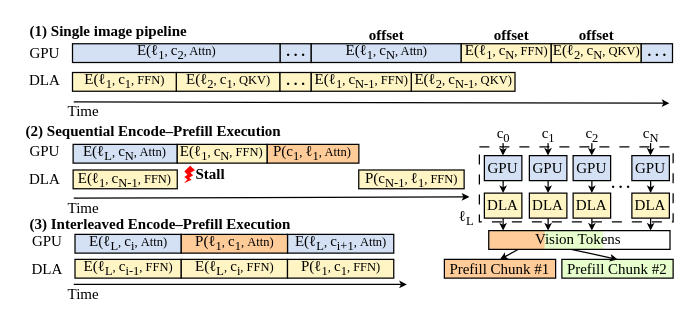
This is figures/design_imgpipe.drawio from icszhr/hermes, a draw.io file, before an edit. Source tidied: cells renumbered, new cells numbered last; positions are measured from the earlier drawing's top-left corner, leaving out a move shared by most shapes. Both pictures are drawn from the tidied source at 125%, with x=0, y=0 at pixel (21, 21).
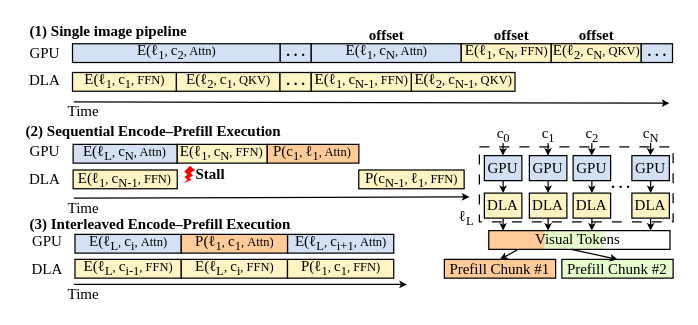
The same page after the edit.

The edit, as a diff of the source:
```diff
@@
-    <mxCell id="49" value="&lt;span style=&quot;color: rgb(0, 0, 0); font-family: &amp;quot;Times New Roman&amp;quot;; font-size: 12px; font-style: normal; font-variant-ligatures: normal; font-variant-caps: normal; font-weight: 400; letter-spacing: normal; orphans: 2; text-align: right; text-indent: 0px; text-transform: none; widows: 2; word-spacing: 0px; -webkit-text-stroke-width: 0px; white-space: normal; text-decoration-thickness: initial; text-decoration-style: initial; text-decoration-color: initial; float: none; display: inline !important;&quot;&gt;Vision Tokens&lt;/span&gt;" style="text;whiteSpace=wrap;html=1;labelBackgroundColor=none;spacing=0;spacingTop=-2;" parent="1" vertex="1">
+    <mxCell id="49" value="&lt;span style=&quot;color: rgb(0, 0, 0); font-family: &amp;quot;Times New Roman&amp;quot;; font-size: 12px; font-style: normal; font-variant-ligatures: normal; font-variant-caps: normal; font-weight: 400; letter-spacing: normal; orphans: 2; text-align: right; text-indent: 0px; text-transform: none; widows: 2; word-spacing: 0px; -webkit-text-stroke-width: 0px; white-space: normal; text-decoration-thickness: initial; text-decoration-style: initial; text-decoration-color: initial; float: none; display: inline !important;&quot;&gt;Visual Tokens&lt;/span&gt;" style="text;whiteSpace=wrap;html=1;labelBackgroundColor=none;spacing=0;spacingTop=-2;" parent="1" vertex="1">
       <mxGeometry x="410.8" y="164" width="71.5" height="20" as="geometry" />
     </mxCell>
```
